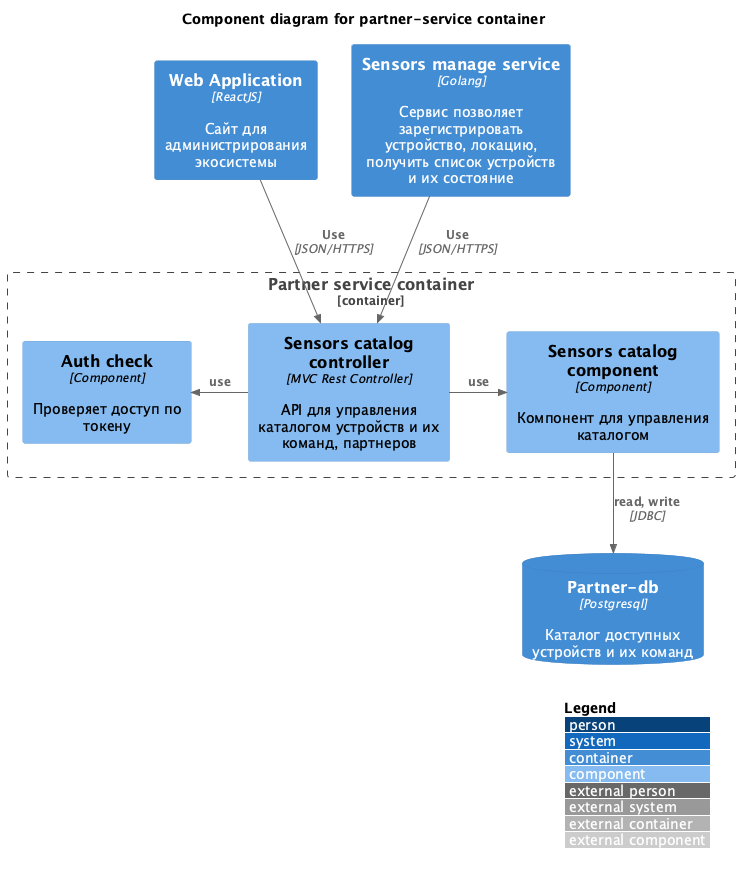
Earlier version of the PlantUML export schemas/v2/component/Smarthome-component-partner.png (annmozer116/warmhouse-golang).
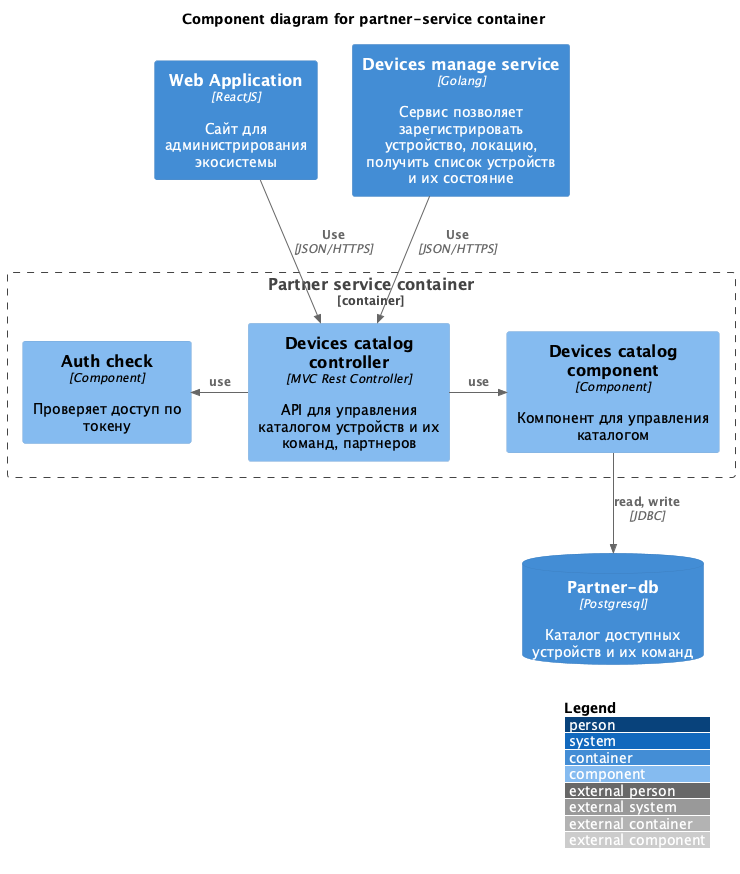
The same file after the commit.

Diff of the diagram source:
```diff
@@ -8,20 +8,20 @@
 
 Container(admin_web_app, "Web Application", "ReactJS", "Сайт для администрирования экосистемы")
 ContainerDb(partner_service_db, "Partner-db", "Postgresql", "Каталог доступных устройств и их команд")
-Container(sensors_manage_service, "Sensors manage service", "Golang", "Сервис позволяет зарегистрировать устройство, локацию, получить список устройств и их состояние")
+Container(devices_manage_service, "Devices manage service", "Golang", "Сервис позволяет зарегистрировать устройство, локацию, получить список устройств и их состояние")
 
 Container_Boundary(partner_service, "Partner service container") {
     Component(auth_check, "Auth check","Component", "Проверяет доступ по токену")
-    Component(sensors_catalog_controller, "Sensors catalog controller", "MVC Rest Controller", "API для управления каталогом устройств и их команд, партнеров")
+    Component(devices_catalog_controller, "Devices catalog controller", "MVC Rest Controller", "API для управления каталогом устройств и их команд, партнеров")
 
-    Component(sensors_catalog_service, "Sensors catalog component", "Component", "Компонент для управления каталогом")
+    Component(devices_catalog_service, "Devices catalog component", "Component", "Компонент для управления каталогом")
 }
-Rel(admin_web_app, sensors_catalog_controller, "Use", "JSON/HTTPS")
-Rel(sensors_manage_service, sensors_catalog_controller, "Use", "JSON/HTTPS")
+Rel(admin_web_app, devices_catalog_controller, "Use", "JSON/HTTPS")
+Rel(devices_manage_service, devices_catalog_controller, "Use", "JSON/HTTPS")
 
-Rel_L(sensors_catalog_controller, auth_check, "use")
-Rel_R(sensors_catalog_controller, sensors_catalog_service, "use")
+Rel_L(devices_catalog_controller, auth_check, "use")
+Rel_R(devices_catalog_controller, devices_catalog_service, "use")
 
-Rel(sensors_catalog_service, partner_service_db, "read, write", "JDBC")
+Rel(devices_catalog_service, partner_service_db, "read, write", "JDBC")
 
 @enduml
```
